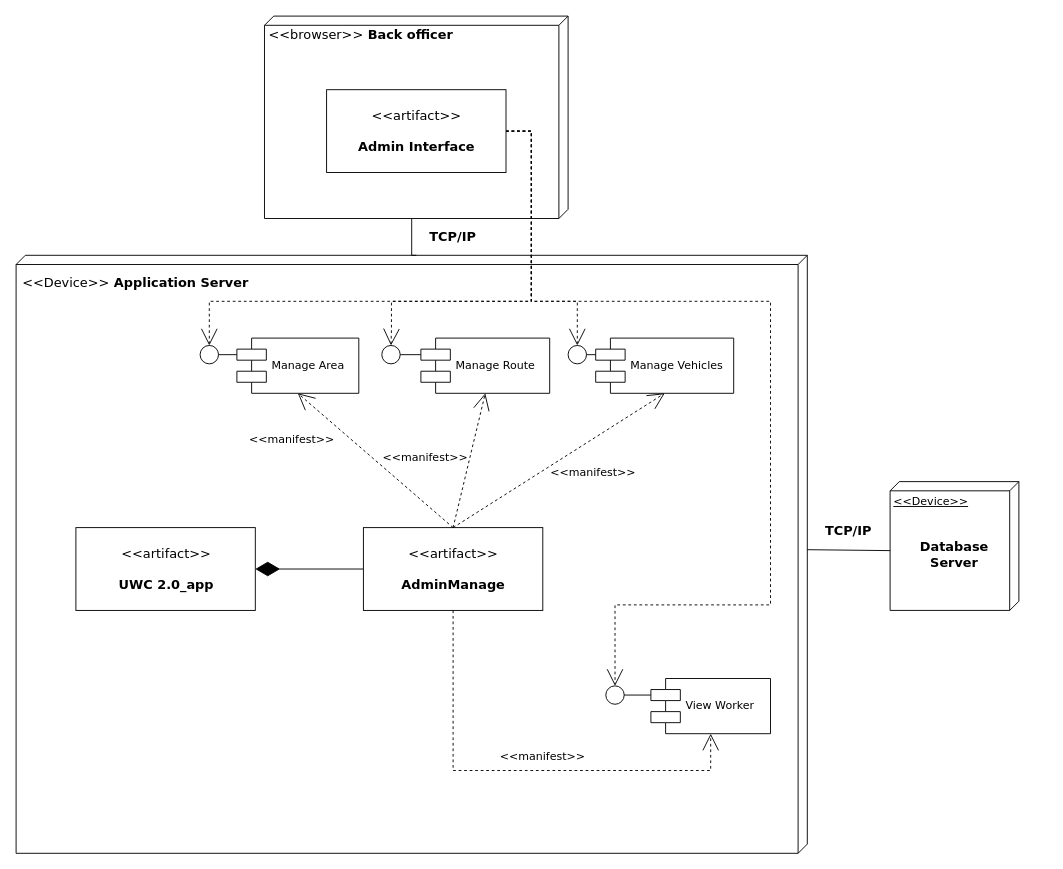
Before: Task 3/3.2/Deployment Diagram.drawio in astr0tas/SE-with-Da-Bois---UWC-2.0, a draw.io diagram. Source tidied: cells renumbered, new cells numbered last; positions are measured from the earlier drawing's top-left corner, leaving out a move shared by most shapes. Both pictures are drawn from the tidied source at 92%, with x=0, y=0 at pixel (16, 16).
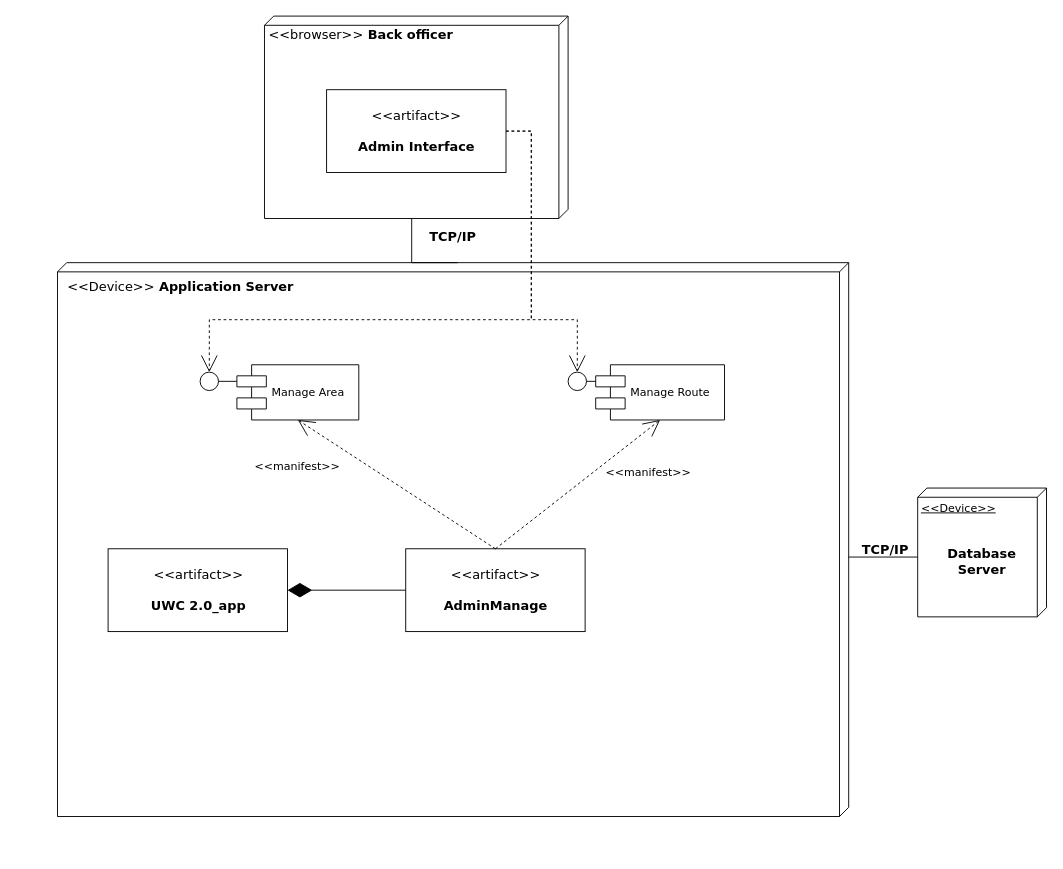
The same diagram, later.

The change refers to these unchanged cells:
```xml
<mxCell id="8" value="&amp;lt;&amp;lt;artifact&amp;gt;&amp;gt;&lt;br&gt;&lt;br&gt;&lt;b&gt;Admin Interface&lt;/b&gt;" style="text;html=1;align=center;verticalAlign=middle;dashed=0;fillColor=#ffffff;strokeColor=#000000;rounded=0;shadow=0;comic=0;fontFamily=Verdana;fontSize=14;fontColor=#000000;" parent="1" vertex="1">
  <mxGeometry x="337.5" y="80" width="195" height="90" as="geometry" />
</mxCell>
```

The edit, as a diff of the source:
```diff
@@
     <mxCell id="2" style="verticalAlign=top;align=left;spacingTop=8;spacingLeft=2;spacingRight=12;shape=cube;size=10;direction=south;fontStyle=4;html=1;rounded=0;shadow=0;comic=0;labelBackgroundColor=none;strokeWidth=1;fontFamily=Verdana;fontSize=12;" parent="1" vertex="1">
-      <mxGeometry y="260" width="860" height="650" as="geometry" />
+      <mxGeometry x="45" y="268" width="860" height="602" as="geometry" />
     </mxCell>
     <mxCell id="3" value="&amp;lt;&amp;lt;Device&amp;gt;&amp;gt;" style="verticalAlign=top;align=left;spacingTop=8;spacingLeft=2;spacingRight=12;shape=cube;size=10;direction=south;fontStyle=4;html=1;rounded=0;shadow=0;comic=0;labelBackgroundColor=none;strokeWidth=1;fontFamily=Verdana;fontSize=12;" parent="1" vertex="1">
-      <mxGeometry x="950" y="506" width="140" height="140" as="geometry" />
+      <mxGeometry x="980" y="513" width="140" height="140" as="geometry" />
     </mxCell>
@@
     <mxCell id="5" value="Database Server" style="text;html=1;strokeColor=none;fillColor=none;align=center;verticalAlign=middle;whiteSpace=wrap;rounded=0;shadow=0;comic=0;fontFamily=Verdana;fontStyle=1;fontSize=14;" parent="1" vertex="1">
-      <mxGeometry x="970" y="550" width="100" height="70" as="geometry" />
+      <mxGeometry x="1000" y="558" width="100" height="70" as="geometry" />
     </mxCell>
     <mxCell id="6" value="TCP/IP" style="text;html=1;strokeColor=none;fillColor=none;align=center;verticalAlign=middle;whiteSpace=wrap;rounded=0;shadow=0;comic=0;fontFamily=Verdana;fontSize=14;fontStyle=1;" parent="1" vertex="1">
-      <mxGeometry x="870" y="550" width="70" height="20" as="geometry" />
+      <mxGeometry x="910" y="570" width="70" height="20" as="geometry" />
     </mxCell>
@@
     <mxCell id="12" value="&lt;span style=&quot;font-weight: normal&quot;&gt;&amp;lt;&amp;lt;Device&amp;gt;&amp;gt;&lt;/span&gt;&amp;nbsp;Application Server" style="text;html=1;strokeColor=none;fillColor=none;align=center;verticalAlign=middle;whiteSpace=wrap;rounded=0;shadow=0;comic=0;fontFamily=Verdana;fontSize=14;fontStyle=1;" parent="1" vertex="1">
-      <mxGeometry y="280" width="260" height="20" as="geometry" />
+      <mxGeometry x="49" y="284" width="260" height="20" as="geometry" />
     </mxCell>
-    <mxCell id="13" value="Manage Route" style="shape=component;align=left;spacingLeft=36;rounded=0;shadow=0;comic=0;labelBackgroundColor=none;strokeWidth=1;fontFamily=Verdana;fontSize=12;html=1;" parent="1" vertex="1">
-      <mxGeometry x="440" y="350" width="140" height="60" as="geometry" />
-    </mxCell>
-    <mxCell id="14" value="Manage Vehicles" style="shape=component;align=left;spacingLeft=36;rounded=0;shadow=0;comic=0;labelBackgroundColor=none;strokeWidth=1;fontFamily=Verdana;fontSize=12;html=1;" parent="1" vertex="1">
-      <mxGeometry x="630" y="350" width="150" height="60" as="geometry" />
+    <mxCell id="14" value="Manage Route" style="shape=component;align=left;spacingLeft=36;rounded=0;shadow=0;comic=0;labelBackgroundColor=none;strokeWidth=1;fontFamily=Verdana;fontSize=12;html=1;" parent="1" vertex="1">
+      <mxGeometry x="630" y="379" width="140" height="60" as="geometry" />
     </mxCell>
-    <mxCell id="15" style="ellipse;whiteSpace=wrap;html=1;rounded=0;shadow=0;comic=0;labelBackgroundColor=none;strokeWidth=1;fontFamily=Verdana;fontSize=12;align=center;" parent="1" vertex="1">
-      <mxGeometry x="397.5" y="358" width="20" height="20" as="geometry" />
-    </mxCell>
-    <mxCell id="16" style="edgeStyle=none;rounded=0;html=1;dashed=1;labelBackgroundColor=none;startArrow=none;startFill=0;startSize=8;endArrow=open;endFill=0;endSize=16;fontFamily=Verdana;fontSize=12;exitX=1;exitY=0.5;exitDx=0;exitDy=0;entryX=0.5;entryY=0;entryDx=0;entryDy=0;" parent="1" edge="1" source="8" target="15">
-      <mxGeometry relative="1" as="geometry">
-        <Array as="points">
-          <mxPoint x="560" y="125" />
-          <mxPoint x="560" y="240" />
-          <mxPoint x="560" y="310" />
-          <mxPoint x="408" y="310" />
-          <mxPoint x="408" y="340" />
-        </Array>
-      </mxGeometry>
-    </mxCell>
     <mxCell id="17" style="edgeStyle=none;rounded=0;html=1;dashed=1;labelBackgroundColor=none;startArrow=none;startFill=0;startSize=8;endArrow=open;endFill=0;endSize=16;fontFamily=Verdana;fontSize=12;exitX=1;exitY=0.5;exitDx=0;exitDy=0;entryX=0.5;entryY=0;entryDx=0;entryDy=0;" parent="1" edge="1" source="8" target="18">
       <mxGeometry relative="1" as="geometry">
         <Array as="points">
           <mxPoint x="560" y="125" />
           <mxPoint x="560" y="160" />
           <mxPoint x="560" y="200" />
-          <mxPoint x="560" y="310" />
-          <mxPoint x="610" y="310" />
+          <mxPoint x="560" y="330" />
+          <mxPoint x="610" y="330" />
         </Array>
       </mxGeometry>
     </mxCell>
     <mxCell id="18" style="ellipse;whiteSpace=wrap;html=1;rounded=0;shadow=0;comic=0;labelBackgroundColor=none;strokeWidth=1;fontFamily=Verdana;fontSize=12;align=center;" parent="1" vertex="1">
-      <mxGeometry x="600" y="358" width="20" height="20" as="geometry" />
+      <mxGeometry x="600" y="387" width="20" height="20" as="geometry" />
     </mxCell>
-    <mxCell id="19" style="endArrow=none;html=1;fontFamily=Verdana;fontSize=14;fontColor=#000000;exitX=1;exitY=0.5;exitDx=0;exitDy=0;entryX=0;entryY=0.3;entryDx=0;entryDy=0;" parent="1" edge="1" source="15" target="13">
-      <mxGeometry relative="1" as="geometry" />
-    </mxCell>
@@
     <mxCell id="21" value="&amp;lt;&amp;lt;artifact&amp;gt;&amp;gt;&lt;br&gt;&lt;br&gt;&lt;b&gt;AdminManage&lt;/b&gt;" style="text;html=1;align=center;verticalAlign=middle;dashed=0;fillColor=#ffffff;strokeColor=#000000;rounded=0;shadow=0;comic=0;fontFamily=Verdana;fontSize=14;fontColor=#000000;" parent="1" vertex="1">
-      <mxGeometry x="377.5" y="556" width="195" height="90" as="geometry" />
+      <mxGeometry x="423.5" y="579" width="195" height="90" as="geometry" />
     </mxCell>
     <mxCell id="22" value="&amp;lt;&amp;lt;artifact&amp;gt;&amp;gt;&lt;br&gt;&lt;br&gt;&lt;b&gt;UWC 2.0_app&lt;/b&gt;" style="text;html=1;align=center;verticalAlign=middle;dashed=0;fillColor=#ffffff;strokeColor=#000000;rounded=0;shadow=0;comic=0;fontFamily=Verdana;fontSize=14;fontColor=#000000;" parent="1" vertex="1">
-      <mxGeometry x="65" y="556" width="195" height="90" as="geometry" />
+      <mxGeometry x="100" y="579" width="195" height="90" as="geometry" />
     </mxCell>
@@
-    <mxCell id="24" style="edgeStyle=none;rounded=0;html=1;dashed=1;labelBackgroundColor=none;startArrow=none;startFill=0;startSize=8;endArrow=open;endFill=0;endSize=16;fontFamily=Verdana;fontSize=12;exitX=0.5;exitY=0;exitDx=0;exitDy=0;entryX=0.5;entryY=1;entryDx=0;entryDy=0;" parent="1" edge="1" source="21" target="13">
-      <mxGeometry relative="1" as="geometry" />
-    </mxCell>
@@
     <mxCell id="26" value="&amp;lt;&amp;lt;manifest&amp;gt;&amp;gt;" style="text;html=1;strokeColor=none;fillColor=none;align=center;verticalAlign=middle;whiteSpace=wrap;rounded=0;shadow=0;comic=0;fontFamily=Verdana;fontSize=12;fontColor=#000000;" parent="1" vertex="1">
-      <mxGeometry x="600" y="486" width="55" height="20" as="geometry" />
+      <mxGeometry x="660" y="486" width="55" height="20" as="geometry" />
     </mxCell>
-    <mxCell id="27" value="&amp;lt;&amp;lt;manifest&amp;gt;&amp;gt;" style="text;html=1;strokeColor=none;fillColor=none;align=center;verticalAlign=middle;whiteSpace=wrap;rounded=0;shadow=0;comic=0;fontFamily=Verdana;fontSize=12;fontColor=#000000;" parent="1" vertex="1">
-      <mxGeometry x="410" y="470" width="70" height="20" as="geometry" />
-    </mxCell>
     <mxCell id="28" value="Manage Area" style="shape=component;align=left;spacingLeft=36;rounded=0;shadow=0;comic=0;labelBackgroundColor=none;strokeWidth=1;fontFamily=Verdana;fontSize=12;html=1;" parent="1" vertex="1">
-      <mxGeometry x="240" y="350" width="132.5" height="60" as="geometry" />
+      <mxGeometry x="240" y="379" width="132.5" height="60" as="geometry" />
     </mxCell>
     <mxCell id="29" style="edgeStyle=none;rounded=0;html=1;dashed=1;labelBackgroundColor=none;startArrow=none;startFill=0;startSize=8;endArrow=open;endFill=0;endSize=16;fontFamily=Verdana;fontSize=12;exitX=1;exitY=0.5;exitDx=0;exitDy=0;entryX=0.5;entryY=0;entryDx=0;entryDy=0;" parent="1" edge="1" source="8" target="30">
       <mxGeometry relative="1" as="geometry">
         <Array as="points">
           <mxPoint x="560" y="125" />
-          <mxPoint x="560" y="310" />
-          <mxPoint x="380" y="310" />
-          <mxPoint x="210" y="310" />
+          <mxPoint x="560" y="330" />
+          <mxPoint x="210" y="330" />
         </Array>
       </mxGeometry>
     </mxCell>
     <mxCell id="30" style="ellipse;whiteSpace=wrap;html=1;rounded=0;shadow=0;comic=0;labelBackgroundColor=none;strokeWidth=1;fontFamily=Verdana;fontSize=12;align=center;" parent="1" vertex="1">
-      <mxGeometry x="200" y="358" width="20" height="20" as="geometry" />
+      <mxGeometry x="200" y="387" width="20" height="20" as="geometry" />
     </mxCell>
@@
     <mxCell id="33" value="&amp;lt;&amp;lt;manifest&amp;gt;&amp;gt;" style="text;html=1;strokeColor=none;fillColor=none;align=center;verticalAlign=middle;whiteSpace=wrap;rounded=0;shadow=0;comic=0;fontFamily=Verdana;fontSize=12;fontColor=#000000;" parent="1" vertex="1">
-      <mxGeometry x="250" y="450" width="100" height="20" as="geometry" />
+      <mxGeometry x="256.2" y="480" width="100" height="20" as="geometry" />
     </mxCell>
-    <mxCell id="34" value="View Worker&amp;nbsp;" style="shape=component;align=left;spacingLeft=36;rounded=0;shadow=0;comic=0;labelBackgroundColor=none;strokeWidth=1;fontFamily=Verdana;fontSize=12;html=1;" parent="1" vertex="1">
-      <mxGeometry x="690" y="720" width="130" height="60" as="geometry" />
-    </mxCell>
-    <mxCell id="35" style="ellipse;whiteSpace=wrap;html=1;rounded=0;shadow=0;comic=0;labelBackgroundColor=none;strokeWidth=1;fontFamily=Verdana;fontSize=12;align=center;" parent="1" vertex="1">
-      <mxGeometry x="641" y="728" width="20" height="20" as="geometry" />
-    </mxCell>
-    <mxCell id="36" style="endArrow=none;html=1;fontFamily=Verdana;fontSize=14;fontColor=#000000;exitX=0;exitY=0.3;exitDx=0;exitDy=0;entryX=1;entryY=0.5;entryDx=0;entryDy=0;" parent="1" edge="1" source="34" target="35">
-      <mxGeometry relative="1" as="geometry" />
-    </mxCell>
-    <mxCell id="37" style="edgeStyle=none;rounded=0;html=1;dashed=1;labelBackgroundColor=none;startArrow=none;startFill=0;startSize=8;endArrow=open;endFill=0;endSize=16;fontFamily=Verdana;fontSize=12;exitX=1;exitY=0.5;exitDx=0;exitDy=0;entryX=0.5;entryY=0;entryDx=0;entryDy=0;" parent="1" edge="1" source="8" target="35">
-      <mxGeometry relative="1" as="geometry">
-        <Array as="points">
-          <mxPoint x="560" y="125" />
-          <mxPoint x="560" y="310" />
-          <mxPoint x="820" y="310" />
-          <mxPoint x="820" y="440" />
-          <mxPoint x="820" y="640" />
-          <mxPoint x="651" y="640" />
-        </Array>
-      </mxGeometry>
-    </mxCell>
-    <mxCell id="38" style="edgeStyle=none;rounded=0;html=1;dashed=1;labelBackgroundColor=none;startArrow=none;startFill=0;startSize=8;endArrow=open;endFill=0;endSize=16;fontFamily=Verdana;fontSize=12;exitX=0.5;exitY=1;exitDx=0;exitDy=0;entryX=0.5;entryY=1;entryDx=0;entryDy=0;" parent="1" edge="1" source="21" target="34">
-      <mxGeometry relative="1" as="geometry">
-        <Array as="points">
-          <mxPoint x="475" y="820" />
-          <mxPoint x="755" y="820" />
-        </Array>
-      </mxGeometry>
-    </mxCell>
-    <mxCell id="39" value="&amp;lt;&amp;lt;manifest&amp;gt;&amp;gt;" style="text;html=1;strokeColor=none;fillColor=none;align=center;verticalAlign=middle;whiteSpace=wrap;rounded=0;shadow=0;comic=0;fontFamily=Verdana;fontSize=12;fontColor=#000000;" parent="1" vertex="1">
-      <mxGeometry x="545" y="795" width="55" height="20" as="geometry" />
-    </mxCell>
```
